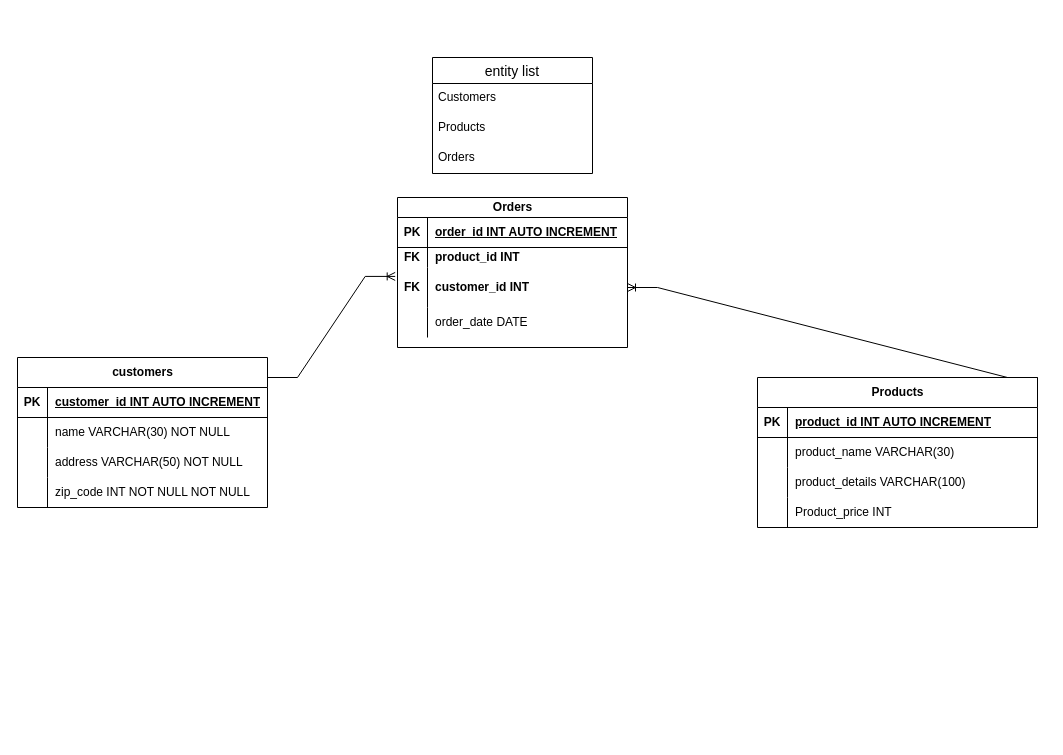
zishan344/sdt_phi keeps this draw.io diagram as Database Management/week3/module12/retail_system.drawio. Above is the earlier version. Source tidied: cells renumbered, new cells numbered last; positions are measured from the earlier drawing's top-left corner, leaving out a move shared by most shapes. Both pictures are drawn from the tidied source at 100%, with x=0, y=0 at pixel (17, 57).
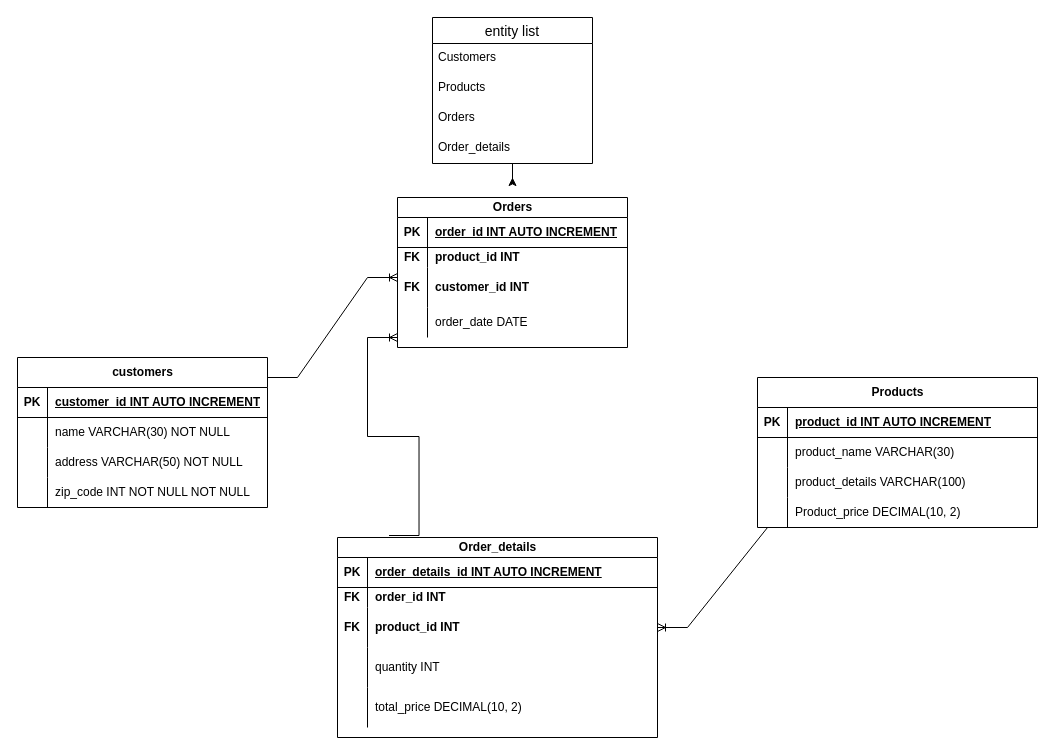
The same page after the edit.

Unchanged cells that the change refers to:
```xml
<mxCell id="19" value="Products" style="shape=table;startSize=30;childLayout=tableLayout;rowLines=0;fontStyle=1;align=center;html=1;" parent="1" vertex="1">
  <mxGeometry x="740" y="320" width="280" height="150" as="geometry" />
</mxCell>
<mxCell id="29" style="shape=tableRow;horizontal=0;startSize=0;swimlaneHead=0;swimlaneBody=0;fillColor=none;points=[[0,0.5],[1,0.5]];portConstraint=eastwest;top=0;left=0;right=0;bottom=0;" parent="19" vertex="1">
  <mxGeometry y="120" width="280" height="30" as="geometry" />
</mxCell>
<mxCell id="39" style="shape=tableRow;horizontal=0;startSize=0;swimlaneHead=0;swimlaneBody=0;fillColor=none;points=[[0,0.5],[1,0.5]];portConstraint=eastwest;top=0;left=0;right=0;bottom=0;" parent="32" vertex="1">
  <mxGeometry y="70" width="230" height="40" as="geometry" />
</mxCell>
```

What changed in the source:
```diff
@@
+    <mxCell id="47" style="edgeStyle=orthogonalEdgeStyle;rounded=0;jettySize=auto;html=1;" parent="1" edge="1" source="2">
+      <mxGeometry relative="1" as="geometry">
+        <mxPoint x="495" y="120" as="targetPoint" />
+      </mxGeometry>
+    </mxCell>
     <mxCell id="2" value="entity list" style="swimlane;fontStyle=0;horizontal=1;startSize=26;align=center;fontSize=14;" parent="1" vertex="1">
-      <mxGeometry x="415" width="160" height="116" as="geometry" />
+      <mxGeometry x="415" y="-40" width="160" height="146" as="geometry" />
     </mxCell>
@@
+    <mxCell id="48" value="&lt;span id=&quot;docs-internal-guid-31300eca-7fff-30b1-6ea7-65efa27e6e31&quot;&gt;&lt;span style=&quot;font-family: Arial, sans-serif; background-color: transparent; font-variant-numeric: normal; font-variant-east-asian: normal; font-variant-alternates: normal; font-variant-position: normal; vertical-align: baseline; white-space-collapse: preserve;&quot;&gt;&lt;font style=&quot;font-size: 12px;&quot;&gt;Order_details&lt;/font&gt;&lt;/span&gt;&lt;/span&gt;" style="text;strokeColor=none;fillColor=none;spacingLeft=4;spacingRight=4;overflow=hidden;fontSize=12;whiteSpace=wrap;html=1;" parent="2" vertex="1">
+      <mxGeometry y="116" width="160" height="30" as="geometry" />
+    </mxCell>
@@
-    <mxCell id="31" value="Product_price INT" style="shape=partialRectangle;fillColor=none;top=0;left=0;bottom=0;right=0;align=left;spacingLeft=6;overflow=hidden;whiteSpace=wrap;html=1;" parent="29" vertex="1">
+    <mxCell id="31" value="Product_price DECIMAL(10, 2)" style="shape=partialRectangle;fillColor=none;top=0;left=0;bottom=0;right=0;align=left;spacingLeft=6;overflow=hidden;whiteSpace=wrap;html=1;" parent="29" vertex="1">
       <mxGeometry x="30" width="250" height="30" as="geometry" />
     </mxCell>
@@
-    <mxCell id="45" style="edgeStyle=entityRelationEdgeStyle;fontSize=12;html=1;endArrow=ERoneToMany;rounded=0;entryX=-0.01;entryY=0.223;entryDx=0;entryDy=0;entryPerimeter=0;" parent="1" edge="1" target="39">
+    <mxCell id="45" style="edgeStyle=entityRelationEdgeStyle;fontSize=12;html=1;endArrow=ERoneToMany;rounded=0;entryX=0;entryY=0.25;entryDx=0;entryDy=0;entryPerimeter=0;" parent="1" edge="1" target="39">
       <mxGeometry relative="1" as="geometry">
         <mxPoint x="250" y="320" as="sourcePoint" />
       </mxGeometry>
     </mxCell>
-    <mxCell id="46" style="edgeStyle=entityRelationEdgeStyle;fontSize=12;html=1;endArrow=ERoneToMany;rounded=0;exitX=1;exitY=0;exitDx=0;exitDy=0;entryX=1;entryY=0.5;entryDx=0;entryDy=0;" parent="1" edge="1" source="19" target="39">
-      <mxGeometry relative="1" as="geometry">
-        <Array as="points">
-          <mxPoint x="900" y="320" />
-        </Array>
-      </mxGeometry>
-    </mxCell>
+    <mxCell id="49" style="edgeStyle=entityRelationEdgeStyle;fontSize=12;html=1;endArrow=ERoneToMany;rounded=0;exitX=0.143;exitY=1;exitDx=0;exitDy=0;exitPerimeter=0;" parent="1" edge="1" source="29" target="57">
+      <mxGeometry relative="1" as="geometry">
+        <Array as="points">
+          <mxPoint x="780" y="260" />
+        </Array>
+      </mxGeometry>
+    </mxCell>
+    <mxCell id="50" value="Order_details" style="shape=table;startSize=20;childLayout=tableLayout;rowLines=0;fontStyle=1;align=center;html=1;" parent="1" vertex="1">
+      <mxGeometry x="320" y="480" width="320" height="200" as="geometry" />
+    </mxCell>
+    <mxCell id="51" style="shape=tableRow;horizontal=0;startSize=0;swimlaneHead=0;swimlaneBody=0;fillColor=none;top=0;left=0;right=0;bottom=1;" parent="50" vertex="1">
+      <mxGeometry y="20" width="320" height="30" as="geometry" />
+    </mxCell>
+    <mxCell id="52" value="PK" style="shape=partialRectangle;fillColor=none;top=0;left=0;bottom=0;right=0;fontStyle=1;overflow=hidden;whiteSpace=wrap;html=1;" parent="51" vertex="1">
+      <mxGeometry width="30" height="30" as="geometry" />
+    </mxCell>
+    <mxCell id="53" value="order_details_id INT AUTO INCREMENT" style="shape=partialRectangle;fillColor=none;top=0;left=0;bottom=0;right=0;align=left;spacingLeft=6;fontStyle=5;overflow=hidden;whiteSpace=wrap;html=1;" parent="51" vertex="1">
+      <mxGeometry x="30" width="290" height="30" as="geometry" />
+    </mxCell>
+    <mxCell id="54" style="shape=tableRow;horizontal=0;startSize=0;swimlaneHead=0;swimlaneBody=0;fillColor=none;top=0;left=0;right=0;bottom=0;" parent="50" vertex="1">
+      <mxGeometry y="50" width="320" height="20" as="geometry" />
+    </mxCell>
+    <mxCell id="55" value="&lt;b&gt;FK&lt;/b&gt;" style="shape=partialRectangle;fillColor=none;top=0;left=0;bottom=0;right=0;overflow=hidden;whiteSpace=wrap;html=1;" parent="54" vertex="1">
+      <mxGeometry width="30" height="20" as="geometry" />
+    </mxCell>
+    <mxCell id="56" value="&lt;b&gt;order_id&amp;nbsp;INT&lt;/b&gt;" style="shape=partialRectangle;fillColor=none;top=0;left=0;bottom=0;right=0;align=left;spacingLeft=6;overflow=hidden;whiteSpace=wrap;html=1;" parent="54" vertex="1">
+      <mxGeometry x="30" width="290" height="20" as="geometry" />
+    </mxCell>
+    <mxCell id="57" style="shape=tableRow;horizontal=0;startSize=0;swimlaneHead=0;swimlaneBody=0;fillColor=none;points=[[0,0.5],[1,0.5]];portConstraint=eastwest;top=0;left=0;right=0;bottom=0;" parent="50" vertex="1">
+      <mxGeometry y="70" width="320" height="40" as="geometry" />
+    </mxCell>
+    <mxCell id="58" value="&lt;b&gt;FK&lt;/b&gt;" style="shape=partialRectangle;fillColor=none;top=0;left=0;bottom=0;right=0;overflow=hidden;whiteSpace=wrap;html=1;" parent="57" vertex="1">
+      <mxGeometry width="30" height="40" as="geometry" />
+    </mxCell>
+    <mxCell id="59" value="&lt;b&gt;product_id&amp;nbsp;INT&lt;/b&gt;" style="shape=partialRectangle;fillColor=none;top=0;left=0;bottom=0;right=0;align=left;spacingLeft=6;overflow=hidden;whiteSpace=wrap;html=1;" parent="57" vertex="1">
+      <mxGeometry x="30" width="290" height="40" as="geometry" />
+    </mxCell>
+    <mxCell id="60" style="shape=tableRow;horizontal=0;startSize=0;swimlaneHead=0;swimlaneBody=0;fillColor=none;top=0;left=0;right=0;bottom=0;" parent="50" vertex="1">
+      <mxGeometry y="110" width="320" height="40" as="geometry" />
+    </mxCell>
+    <mxCell id="61" style="shape=partialRectangle;fillColor=none;top=0;left=0;bottom=0;right=0;overflow=hidden;whiteSpace=wrap;html=1;" parent="60" vertex="1">
+      <mxGeometry width="30" height="40" as="geometry" />
+    </mxCell>
+    <mxCell id="62" value="quantity INT" style="shape=partialRectangle;fillColor=none;top=0;left=0;bottom=0;right=0;align=left;spacingLeft=6;overflow=hidden;whiteSpace=wrap;html=1;" parent="60" vertex="1">
+      <mxGeometry x="30" width="290" height="40" as="geometry" />
+    </mxCell>
+    <mxCell id="63" style="shape=tableRow;horizontal=0;startSize=0;swimlaneHead=0;swimlaneBody=0;fillColor=none;top=0;left=0;right=0;bottom=0;" parent="50" vertex="1">
+      <mxGeometry y="150" width="320" height="40" as="geometry" />
+    </mxCell>
+    <mxCell id="64" style="shape=partialRectangle;fillColor=none;top=0;left=0;bottom=0;right=0;overflow=hidden;whiteSpace=wrap;html=1;" parent="63" vertex="1">
+      <mxGeometry width="30" height="40" as="geometry" />
+    </mxCell>
+    <mxCell id="65" value="total_price DECIMAL(10, 2)" style="shape=partialRectangle;fillColor=none;top=0;left=0;bottom=0;right=0;align=left;spacingLeft=6;overflow=hidden;whiteSpace=wrap;html=1;" parent="63" vertex="1">
+      <mxGeometry x="30" width="290" height="40" as="geometry" />
+    </mxCell>
+    <mxCell id="66" style="edgeStyle=entityRelationEdgeStyle;fontSize=12;html=1;endArrow=ERoneToMany;rounded=0;exitX=0.161;exitY=-0.01;exitDx=0;exitDy=0;exitPerimeter=0;" parent="1" edge="1" source="50">
+      <mxGeometry relative="1" as="geometry">
+        <mxPoint x="380" y="280" as="targetPoint" />
+      </mxGeometry>
+    </mxCell>
```
